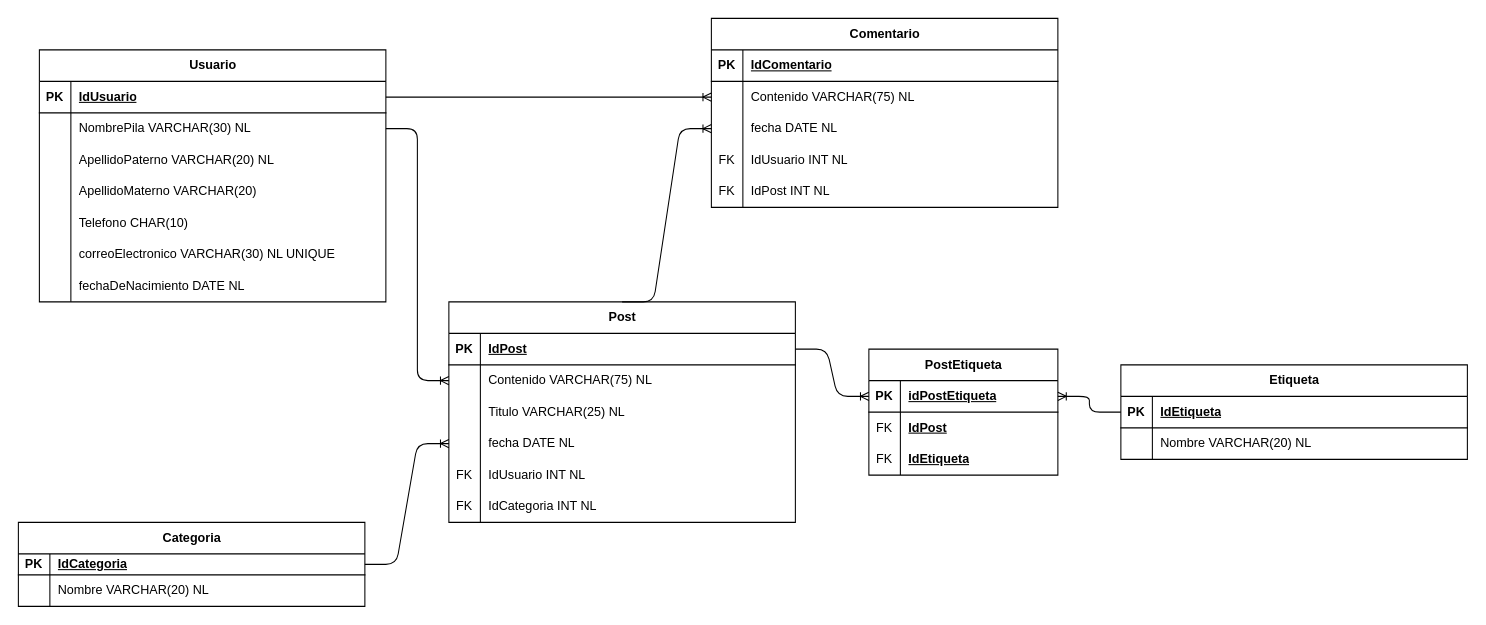
angelumoca21/BaseDeDatos keeps this draw.io diagram as ArchivosHechosEnClase/blogDiagramaLogico.drawio. Above is the earlier version. Source tidied: cells renumbered, new cells numbered last; positions are measured from the earlier drawing's top-left corner, leaving out a move shared by most shapes. Both pictures are drawn from the tidied source at 105%, with x=0, y=0 at pixel (18, 18).
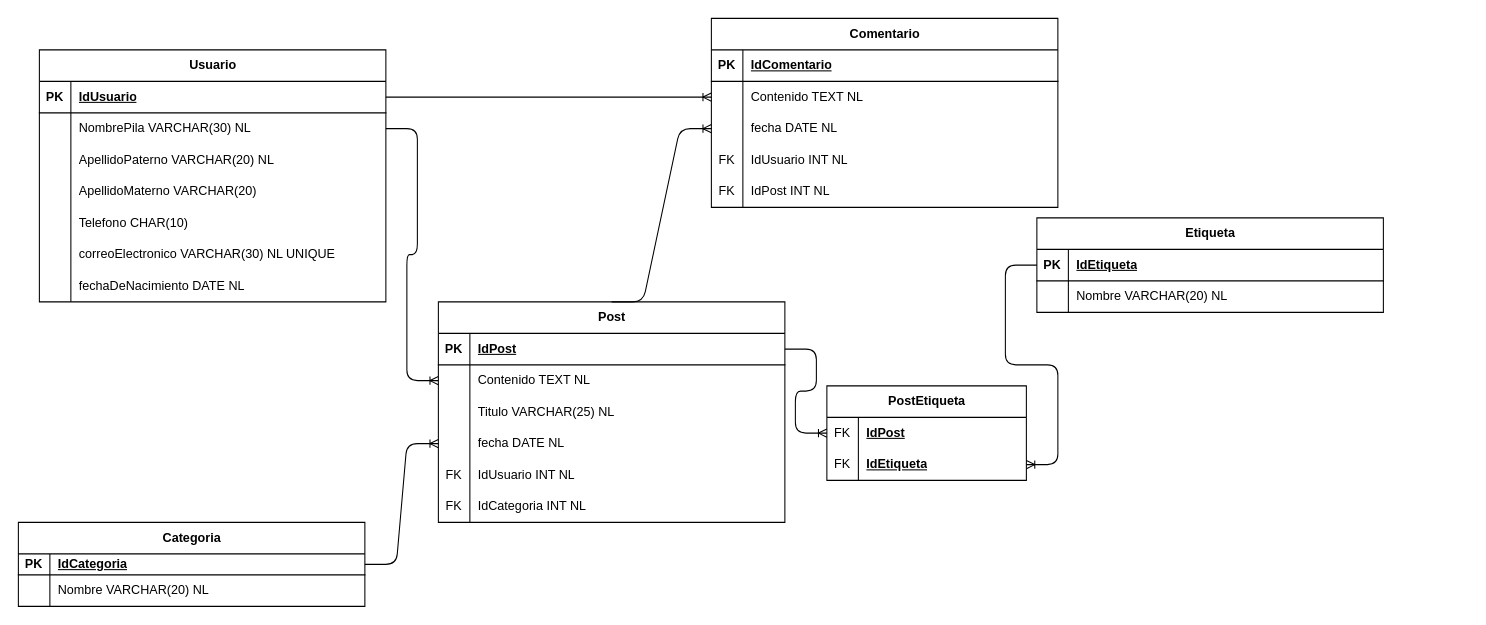
The same page after the edit.

The change refers to these unchanged cells:
```xml
<mxCell id="25" style="shape=tableRow;horizontal=0;startSize=0;swimlaneHead=0;swimlaneBody=0;fillColor=none;points=[[0,0.5],[1,0.5]];portConstraint=eastwest;top=0;left=0;right=0;bottom=1;" parent="24" vertex="1">
  <mxGeometry y="30" width="330" height="30" as="geometry" />
</mxCell>
<mxCell id="28" style="shape=tableRow;horizontal=0;startSize=0;swimlaneHead=0;swimlaneBody=0;fillColor=none;points=[[0,0.5],[1,0.5]];portConstraint=eastwest;top=0;left=0;right=0;bottom=0;" parent="24" vertex="1">
  <mxGeometry y="60" width="330" height="30" as="geometry" />
</mxCell>
<mxCell id="54" style="shape=tableRow;horizontal=0;startSize=0;swimlaneHead=0;swimlaneBody=0;fillColor=none;points=[[0,0.5],[1,0.5]];portConstraint=eastwest;top=0;left=0;right=0;bottom=0;" parent="50" vertex="1">
  <mxGeometry y="60" width="330" height="30" as="geometry" />
</mxCell>
<mxCell id="67" style="shape=tableRow;horizontal=0;startSize=0;swimlaneHead=0;swimlaneBody=0;fillColor=none;points=[[0,0.5],[1,0.5]];portConstraint=eastwest;top=0;left=0;right=0;bottom=1;" parent="66" vertex="1">
  <mxGeometry y="30" width="330" height="30" as="geometry" />
</mxCell>
```

Diff of the diagram source:
```diff
@@
     <mxCell id="24" value="Post" style="shape=table;startSize=30;childLayout=tableLayout;rowLines=0;fontStyle=1;align=center;html=1;" parent="1" vertex="1">
-      <mxGeometry x="410" y="270" width="330" height="210" as="geometry" />
+      <mxGeometry x="400" y="270" width="330" height="210" as="geometry" />
     </mxCell>
@@
-    <mxCell id="30" value="Contenido VARCHAR(75) NL" style="shape=partialRectangle;fillColor=none;top=0;left=0;bottom=0;right=0;align=left;spacingLeft=6;overflow=hidden;whiteSpace=wrap;html=1;" parent="28" vertex="1">
+    <mxCell id="30" value="Contenido TEXT NL" style="shape=partialRectangle;fillColor=none;top=0;left=0;bottom=0;right=0;align=left;spacingLeft=6;overflow=hidden;whiteSpace=wrap;html=1;" parent="28" vertex="1">
       <mxGeometry x="30" width="300" height="30" as="geometry" />
     </mxCell>
@@
-    <mxCell id="56" value="Contenido VARCHAR(75) NL" style="shape=partialRectangle;fillColor=none;top=0;left=0;bottom=0;right=0;align=left;spacingLeft=6;overflow=hidden;whiteSpace=wrap;html=1;" parent="54" vertex="1">
+    <mxCell id="56" value="Contenido TEXT NL" style="shape=partialRectangle;fillColor=none;top=0;left=0;bottom=0;right=0;align=left;spacingLeft=6;overflow=hidden;whiteSpace=wrap;html=1;" parent="54" vertex="1">
       <mxGeometry x="30" width="300" height="30" as="geometry" />
     </mxCell>
@@
     <mxCell id="66" value="Etiqueta" style="shape=table;startSize=30;childLayout=tableLayout;rowLines=0;fontStyle=1;align=center;html=1;" parent="1" vertex="1">
-      <mxGeometry x="1050" y="330" width="330" height="90" as="geometry" />
+      <mxGeometry x="970" y="190" width="330" height="90" as="geometry" />
     </mxCell>
@@
     <mxCell id="77" value="PostEtiqueta" style="shape=table;startSize=30;childLayout=tableLayout;rowLines=0;fontStyle=1;align=center;html=1;" parent="1" vertex="1">
-      <mxGeometry x="810" y="315" width="180" height="120" as="geometry" />
+      <mxGeometry x="770" y="350" width="190" height="90" as="geometry" />
     </mxCell>
-    <mxCell id="78" style="shape=tableRow;horizontal=0;startSize=0;swimlaneHead=0;swimlaneBody=0;fillColor=none;points=[[0,0.5],[1,0.5]];portConstraint=eastwest;top=0;left=0;right=0;bottom=1;" parent="77" vertex="1">
-      <mxGeometry y="30" width="180" height="30" as="geometry" />
-    </mxCell>
-    <mxCell id="79" value="PK" style="shape=partialRectangle;fillColor=none;top=0;left=0;bottom=0;right=0;fontStyle=1;overflow=hidden;whiteSpace=wrap;html=1;" parent="78" vertex="1">
-      <mxGeometry width="30" height="30" as="geometry" />
-    </mxCell>
-    <mxCell id="80" value="idPostEtiqueta" style="shape=partialRectangle;fillColor=none;top=0;left=0;bottom=0;right=0;align=left;spacingLeft=6;fontStyle=5;overflow=hidden;whiteSpace=wrap;html=1;" parent="78" vertex="1">
-      <mxGeometry x="30" width="150" height="30" as="geometry" />
-    </mxCell>
     <mxCell id="81" style="shape=tableRow;horizontal=0;startSize=0;swimlaneHead=0;swimlaneBody=0;fillColor=none;points=[[0,0.5],[1,0.5]];portConstraint=eastwest;top=0;left=0;right=0;bottom=0;" parent="77" vertex="1">
-      <mxGeometry y="60" width="180" height="30" as="geometry" />
+      <mxGeometry y="30" width="190" height="30" as="geometry" />
     </mxCell>
@@
     <mxCell id="83" value="&lt;span style=&quot;color: rgb(0, 0, 0); font-weight: 700; text-decoration-line: underline;&quot;&gt;IdPost&lt;/span&gt;" style="shape=partialRectangle;fillColor=none;top=0;left=0;bottom=0;right=0;align=left;spacingLeft=6;overflow=hidden;whiteSpace=wrap;html=1;" parent="81" vertex="1">
-      <mxGeometry x="30" width="150" height="30" as="geometry" />
+      <mxGeometry x="30" width="160" height="30" as="geometry" />
     </mxCell>
     <mxCell id="84" style="shape=tableRow;horizontal=0;startSize=0;swimlaneHead=0;swimlaneBody=0;fillColor=none;points=[[0,0.5],[1,0.5]];portConstraint=eastwest;top=0;left=0;right=0;bottom=0;" parent="77" vertex="1">
-      <mxGeometry y="90" width="180" height="30" as="geometry" />
+      <mxGeometry y="60" width="190" height="30" as="geometry" />
     </mxCell>
@@
     <mxCell id="86" value="&lt;span style=&quot;color: rgb(0, 0, 0); font-weight: 700; text-decoration-line: underline;&quot;&gt;IdEtiqueta&lt;/span&gt;" style="shape=partialRectangle;fillColor=none;top=0;left=0;bottom=0;right=0;align=left;spacingLeft=6;overflow=hidden;whiteSpace=wrap;html=1;" parent="84" vertex="1">
-      <mxGeometry x="30" width="150" height="30" as="geometry" />
+      <mxGeometry x="30" width="160" height="30" as="geometry" />
     </mxCell>
-    <mxCell id="87" style="edgeStyle=entityRelationEdgeStyle;fontSize=12;html=1;endArrow=ERoneToMany;exitX=1;exitY=0.5;exitDx=0;exitDy=0;entryX=0;entryY=0.5;entryDx=0;entryDy=0;" parent="1" edge="1" source="25" target="78">
+    <mxCell id="87" style="edgeStyle=entityRelationEdgeStyle;fontSize=12;html=1;endArrow=ERoneToMany;exitX=1;exitY=0.5;exitDx=0;exitDy=0;entryX=0;entryY=0.5;entryDx=0;entryDy=0;" parent="1" edge="1" source="25" target="81">
       <mxGeometry relative="1" as="geometry" />
     </mxCell>
-    <mxCell id="88" style="edgeStyle=entityRelationEdgeStyle;fontSize=12;html=1;endArrow=ERoneToMany;exitX=0;exitY=0.5;exitDx=0;exitDy=0;entryX=1;entryY=0.5;entryDx=0;entryDy=0;" parent="1" edge="1" source="67" target="78">
+    <mxCell id="88" style="edgeStyle=entityRelationEdgeStyle;fontSize=12;html=1;endArrow=ERoneToMany;exitX=0;exitY=0.5;exitDx=0;exitDy=0;entryX=1;entryY=0.5;entryDx=0;entryDy=0;" parent="1" edge="1" source="67" target="84">
       <mxGeometry relative="1" as="geometry">
         <Array as="points">
           <mxPoint x="680" y="490" />
           <mxPoint x="780" y="450" />
           <mxPoint x="870" y="430" />
+          <mxPoint x="1010" y="410" />
         </Array>
       </mxGeometry>
     </mxCell>
```
